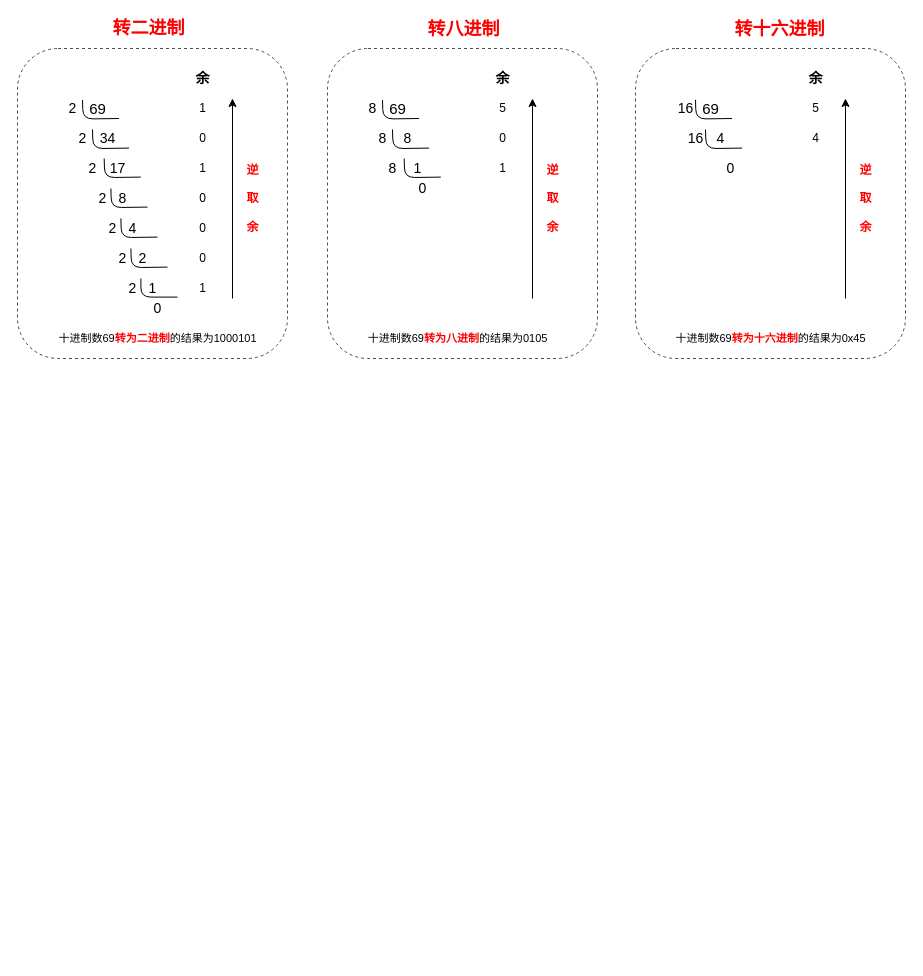
This is Untitled Diagram.drawio from Renato-Z/exercises, a draw.io file, before an edit. Source tidied: cells renumbered, new cells numbered last; positions are measured from the earlier drawing's top-left corner, leaving out a move shared by most shapes. Both pictures are drawn from the tidied source at 100%, with x=0, y=0 at pixel (17, 18).
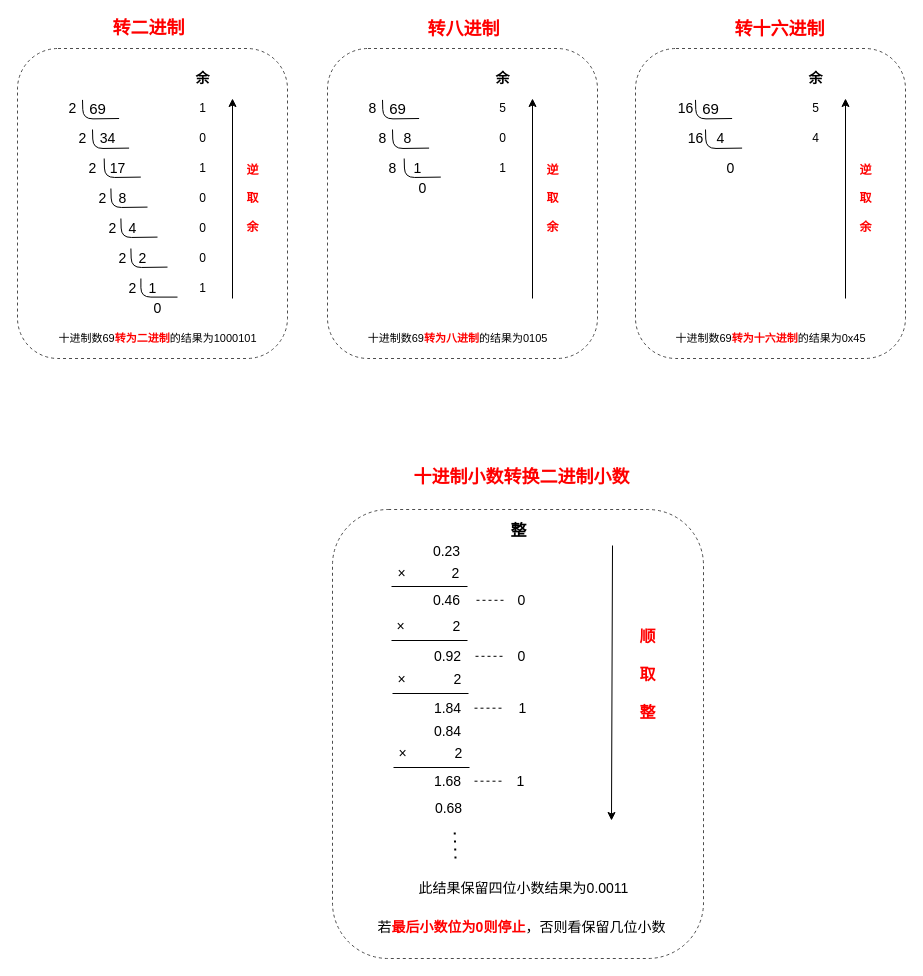
After the change.

Commit message:
进制转换-十进制小数转换二进制小数

The edit, as a diff of the source:
```diff
@@
+    <mxCell id="71" style="shape=ext;rounded=1;html=1;whiteSpace=wrap;dashed=1;strokeWidth=1;perimeterSpacing=0;shadow=0;glass=0;sketch=0;strokeColor=#4D4D4D;fontSize=14;labelBackgroundColor=none;fillColor=none;" parent="1" vertex="1">
+      <mxGeometry x="315" y="491" width="371" height="449" as="geometry" />
+    </mxCell>
+    <mxCell id="72" value="0.23&lt;br&gt;" style="text;html=1;align=center;verticalAlign=middle;fontSize=14;" parent="1" vertex="1">
+      <mxGeometry x="410" y="522" width="38" height="22" as="geometry" />
+    </mxCell>
+    <mxCell id="73" style="endArrow=none;html=1;fontSize=14;" parent="1" edge="1">
+      <mxGeometry relative="1" as="geometry">
+        <mxPoint x="374" y="568" as="sourcePoint" />
+        <mxPoint x="450" y="568" as="targetPoint" />
+      </mxGeometry>
+    </mxCell>
+    <mxCell id="74" value="×" style="text;html=1;align=center;verticalAlign=middle;fontSize=14;" parent="1" vertex="1">
+      <mxGeometry x="374" y="544" width="19" height="22" as="geometry" />
+    </mxCell>
+    <mxCell id="75" value="2" style="text;html=1;align=center;verticalAlign=middle;fontSize=14;" parent="1" vertex="1">
+      <mxGeometry x="428" y="544" width="19" height="22" as="geometry" />
+    </mxCell>
+    <mxCell id="76" value="0.46" style="text;html=1;align=center;verticalAlign=middle;fontSize=14;" parent="1" vertex="1">
+      <mxGeometry x="410" y="571" width="38" height="22" as="geometry" />
+    </mxCell>
+    <mxCell id="77" style="endArrow=none;html=1;fontSize=14;" parent="1" edge="1">
+      <mxGeometry relative="1" as="geometry">
+        <mxPoint x="374" y="622" as="sourcePoint" />
+        <mxPoint x="450" y="622" as="targetPoint" />
+      </mxGeometry>
+    </mxCell>
+    <mxCell id="78" value="×" style="text;html=1;align=center;verticalAlign=middle;fontSize=14;" parent="1" vertex="1">
+      <mxGeometry x="373" y="597" width="19" height="22" as="geometry" />
+    </mxCell>
+    <mxCell id="79" value="2" style="text;html=1;align=center;verticalAlign=middle;fontSize=14;" parent="1" vertex="1">
+      <mxGeometry x="429" y="597" width="19" height="22" as="geometry" />
+    </mxCell>
+    <mxCell id="80" value="0.92" style="text;html=1;align=center;verticalAlign=middle;fontSize=14;" parent="1" vertex="1">
+      <mxGeometry x="411" y="627" width="38" height="22" as="geometry" />
+    </mxCell>
+    <mxCell id="81" style="endArrow=none;html=1;fontSize=14;" parent="1" edge="1">
+      <mxGeometry relative="1" as="geometry">
+        <mxPoint x="375" y="675" as="sourcePoint" />
+        <mxPoint x="451" y="675" as="targetPoint" />
+      </mxGeometry>
+    </mxCell>
+    <mxCell id="82" value="×" style="text;html=1;align=center;verticalAlign=middle;fontSize=14;" parent="1" vertex="1">
+      <mxGeometry x="374" y="650" width="19" height="22" as="geometry" />
+    </mxCell>
+    <mxCell id="83" value="2" style="text;html=1;align=center;verticalAlign=middle;fontSize=14;" parent="1" vertex="1">
+      <mxGeometry x="430" y="650" width="19" height="22" as="geometry" />
+    </mxCell>
+    <mxCell id="84" value="1.84" style="text;html=1;align=center;verticalAlign=middle;fontSize=14;" parent="1" vertex="1">
+      <mxGeometry x="411" y="679" width="38" height="22" as="geometry" />
+    </mxCell>
+    <mxCell id="85" style="endArrow=none;html=1;fontSize=14;" parent="1" edge="1">
+      <mxGeometry relative="1" as="geometry">
+        <mxPoint x="376" y="749" as="sourcePoint" />
+        <mxPoint x="452" y="749" as="targetPoint" />
+      </mxGeometry>
+    </mxCell>
+    <mxCell id="86" value="×" style="text;html=1;align=center;verticalAlign=middle;fontSize=14;" parent="1" vertex="1">
+      <mxGeometry x="375" y="724" width="19" height="22" as="geometry" />
+    </mxCell>
+    <mxCell id="87" value="2" style="text;html=1;align=center;verticalAlign=middle;fontSize=14;" parent="1" vertex="1">
+      <mxGeometry x="431" y="724" width="19" height="22" as="geometry" />
+    </mxCell>
+    <mxCell id="88" value="0.84" style="text;html=1;align=center;verticalAlign=middle;fontSize=14;" parent="1" vertex="1">
+      <mxGeometry x="411" y="702" width="38" height="22" as="geometry" />
+    </mxCell>
+    <mxCell id="89" value="1.68" style="text;html=1;align=center;verticalAlign=middle;fontSize=14;" parent="1" vertex="1">
+      <mxGeometry x="411" y="752" width="38" height="22" as="geometry" />
+    </mxCell>
+    <mxCell id="90" value="0.68" style="text;html=1;align=center;verticalAlign=middle;fontSize=14;" parent="1" vertex="1">
+      <mxGeometry x="412" y="779" width="38" height="22" as="geometry" />
+    </mxCell>
+    <mxCell id="91" style="endArrow=none;dashed=1;html=1;strokeWidth=1;fontSize=14;" parent="1" edge="1">
+      <mxGeometry relative="1" as="geometry">
+        <mxPoint x="457" y="689.7" as="sourcePoint" />
+        <mxPoint x="487" y="689.7" as="targetPoint" />
+      </mxGeometry>
+    </mxCell>
+    <mxCell id="92" value="1" style="text;html=1;align=center;verticalAlign=middle;fontSize=14;" parent="1" vertex="1">
+      <mxGeometry x="495" y="679" width="19" height="22" as="geometry" />
+    </mxCell>
+    <mxCell id="93" style="endArrow=none;dashed=1;html=1;strokeWidth=1;fontSize=14;" parent="1" edge="1">
+      <mxGeometry relative="1" as="geometry">
+        <mxPoint x="457" y="762.7" as="sourcePoint" />
+        <mxPoint x="487" y="762.7" as="targetPoint" />
+      </mxGeometry>
+    </mxCell>
+    <mxCell id="94" value="1" style="text;html=1;align=center;verticalAlign=middle;fontSize=14;" parent="1" vertex="1">
+      <mxGeometry x="493" y="752" width="19" height="22" as="geometry" />
+    </mxCell>
+    <mxCell id="95" style="endArrow=none;dashed=1;html=1;strokeWidth=1;fontSize=14;" parent="1" edge="1">
+      <mxGeometry relative="1" as="geometry">
+        <mxPoint x="458" y="637.8" as="sourcePoint" />
+        <mxPoint x="488" y="637.8" as="targetPoint" />
+      </mxGeometry>
+    </mxCell>
+    <mxCell id="96" value="0" style="text;html=1;align=center;verticalAlign=middle;fontSize=14;" parent="1" vertex="1">
+      <mxGeometry x="494" y="627" width="19" height="22" as="geometry" />
+    </mxCell>
+    <mxCell id="97" style="endArrow=none;dashed=1;html=1;strokeWidth=1;fontSize=14;" parent="1" edge="1">
+      <mxGeometry relative="1" as="geometry">
+        <mxPoint x="459" y="581.8" as="sourcePoint" />
+        <mxPoint x="489" y="581.8" as="targetPoint" />
+      </mxGeometry>
+    </mxCell>
+    <mxCell id="98" value="0" style="text;html=1;align=center;verticalAlign=middle;fontSize=14;" parent="1" vertex="1">
+      <mxGeometry x="494" y="571" width="19" height="22" as="geometry" />
+    </mxCell>
+    <mxCell id="99" style="endArrow=none;dashed=1;html=1;dashPattern=1 3;strokeWidth=2;fontSize=14;" parent="1" edge="1">
+      <mxGeometry relative="1" as="geometry">
+        <mxPoint x="438" y="840" as="sourcePoint" />
+        <mxPoint x="437.1" y="810" as="targetPoint" />
+      </mxGeometry>
+    </mxCell>
+    <mxCell id="100" value="若&lt;b&gt;&lt;font color=&quot;#ff0000&quot;&gt;最后小数位为0则停止&lt;/font&gt;&lt;/b&gt;，否则看保留几位小数" style="text;html=1;align=center;verticalAlign=middle;fontSize=14;" parent="1" vertex="1">
+      <mxGeometry x="354" y="898" width="299" height="22" as="geometry" />
+    </mxCell>
+    <mxCell id="101" style="endArrow=classic;html=1;strokeWidth=1;fontSize=14;" parent="1" edge="1">
+      <mxGeometry relative="1" as="geometry">
+        <mxPoint x="595" y="527" as="sourcePoint" />
+        <mxPoint x="594" y="802" as="targetPoint" />
+      </mxGeometry>
+    </mxCell>
+    <mxCell id="102" value="&lt;font style=&quot;font-size: 16px&quot; color=&quot;#ff0000&quot;&gt;&lt;b&gt;顺&lt;br&gt;&lt;br&gt;取&lt;br&gt;&lt;br&gt;整&lt;/b&gt;&lt;/font&gt;" style="text;html=1;align=center;verticalAlign=middle;fontSize=14;" parent="1" vertex="1">
+      <mxGeometry x="616" y="611" width="27" height="90" as="geometry" />
+    </mxCell>
+    <mxCell id="103" value="此结果保留四位小数结果为0.0011" style="text;html=1;align=center;verticalAlign=middle;fontSize=14;" parent="1" vertex="1">
+      <mxGeometry x="395" y="859" width="221" height="22" as="geometry" />
+    </mxCell>
+    <mxCell id="104" value="&lt;font style=&quot;font-size: 18px&quot; color=&quot;#ff0000&quot;&gt;&lt;b&gt;十进制小数转换二进制小数&lt;/b&gt;&lt;/font&gt;" style="text;html=1;align=center;verticalAlign=middle;fontSize=14;" parent="1" vertex="1">
+      <mxGeometry x="390" y="447" width="227" height="24" as="geometry" />
+    </mxCell>
+    <mxCell id="105" value="&lt;font style=&quot;font-size: 16px&quot;&gt;&lt;b&gt;整&lt;/b&gt;&lt;/font&gt;" style="text;html=1;align=center;verticalAlign=middle;fontSize=14;" parent="1" vertex="1">
+      <mxGeometry x="487" y="501" width="27" height="22" as="geometry" />
+    </mxCell>
```
